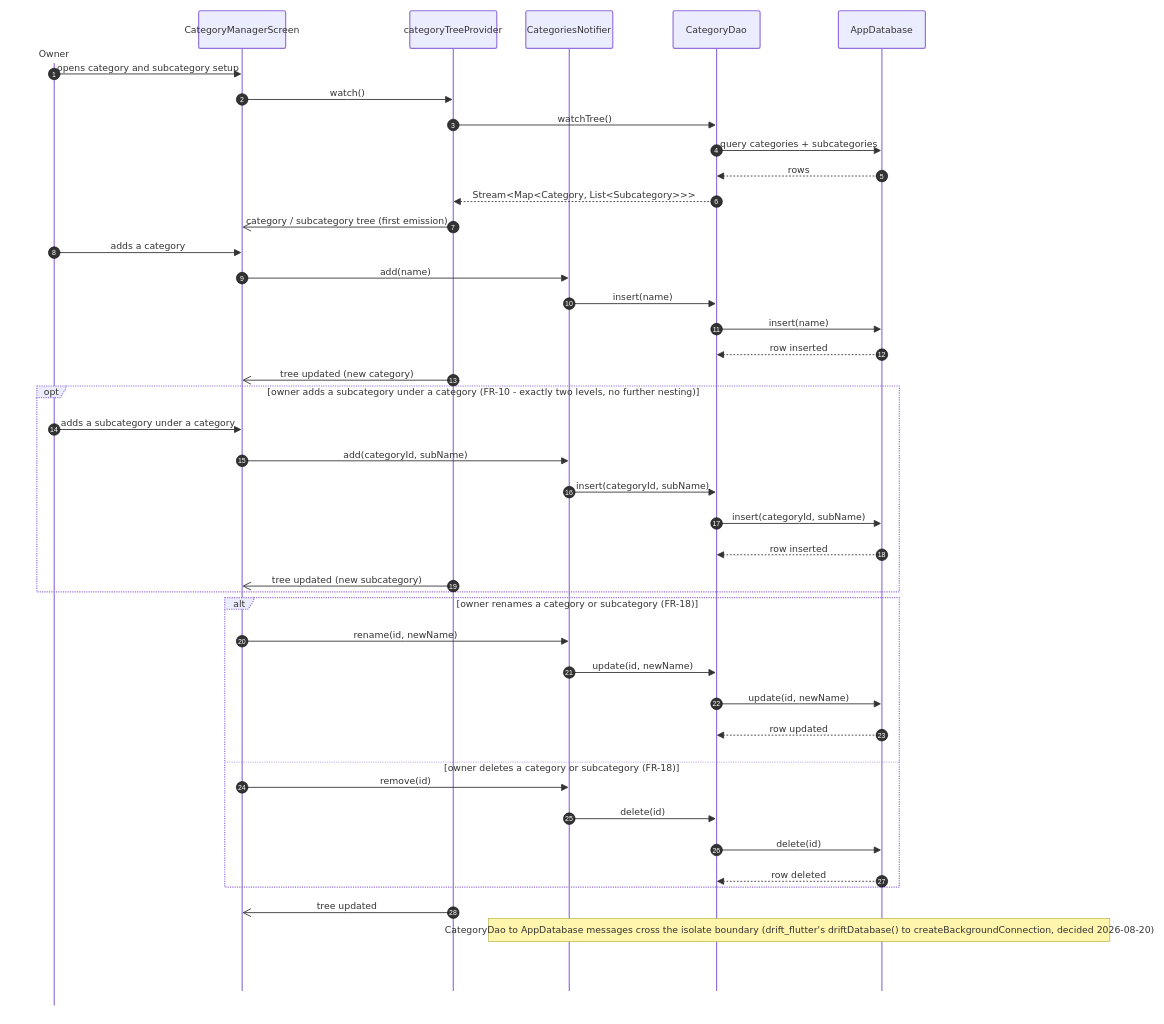
This is docs/diagrams/seq-uc13-categories.drawio from EldwinPr/uangsaku, a draw.io file, before an edit. Source tidied: cells renumbered, new cells numbered last; positions are measured from the earlier drawing's top-left corner, leaving out a move shared by most shapes. Both pictures are drawn from the tidied source at 58%, with x=0, y=0 at pixel (10, 10).
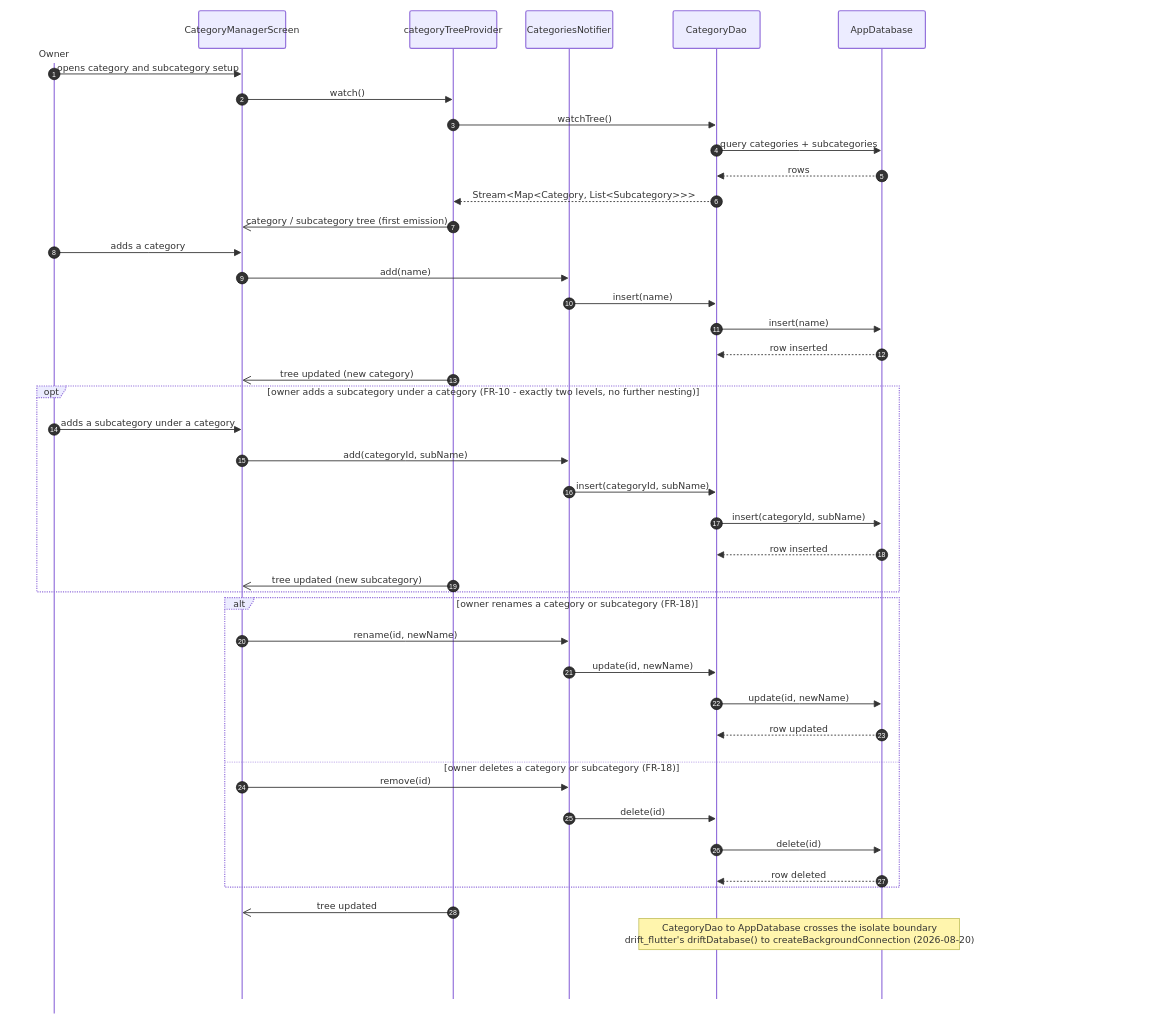
Above is the later version.

The edit, as a diff of the source:
```diff
@@
     <mxCell id="2" value="Owner" style="html=1;shape=umlLifeline;perimeter=lifelinePerimeter;whiteSpace=wrap;outlineConnect=0;portConstraint=eastwest;newEdgeStyle={&quot;edgeStyle&quot;:&quot;elbowEdgeStyle&quot;,&quot;elbow&quot;:&quot;vertical&quot;,&quot;curved&quot;:0,&quot;rounded&quot;:0};lifelineDashed=0;strokeWidth=2;rounded=1;absoluteArcSize=1;arcSize=6;lifelineColor=light-dark(#9370DB,#cccccc);participant=seqActorStick;verticalAlign=bottom;align=center;spacingBottom=4;size=90;lifelineMirror=1;fillColor=light-dark(#ECECFF,#1f2020);strokeColor=light-dark(#9370DB,#cccccc);fontColor=light-dark(#333333,#cccccc);fontFamily=Trebuchet MS,Verdana,Arial,sans-serif;fontSize=16;" parent="1" vertex="1">
-      <mxGeometry width="150" height="1715" as="geometry" />
+      <mxGeometry width="150" height="1729" as="geometry" />
     </mxCell>
     <mxCell id="3" value="CategoryManagerScreen" style="html=1;shape=umlLifeline;perimeter=lifelinePerimeter;whiteSpace=wrap;outlineConnect=0;portConstraint=eastwest;newEdgeStyle={&quot;edgeStyle&quot;:&quot;elbowEdgeStyle&quot;,&quot;elbow&quot;:&quot;vertical&quot;,&quot;curved&quot;:0,&quot;rounded&quot;:0};lifelineDashed=0;strokeWidth=2;rounded=1;absoluteArcSize=1;arcSize=6;lifelineColor=light-dark(#9370DB,#cccccc);size=65;lifelineMirror=1;fillColor=light-dark(#ECECFF,#1f2020);strokeColor=light-dark(#9370DB,#cccccc);fontColor=light-dark(#333333,#cccccc);fontFamily=Trebuchet MS,Verdana,Arial,sans-serif;fontSize=16;" parent="1" vertex="1">
-      <mxGeometry x="324" width="150" height="1690" as="geometry" />
+      <mxGeometry x="324" width="150" height="1704" as="geometry" />
     </mxCell>
     <mxCell id="4" value="categoryTreeProvider" style="html=1;shape=umlLifeline;perimeter=lifelinePerimeter;whiteSpace=wrap;outlineConnect=0;portConstraint=eastwest;newEdgeStyle={&quot;edgeStyle&quot;:&quot;elbowEdgeStyle&quot;,&quot;elbow&quot;:&quot;vertical&quot;,&quot;curved&quot;:0,&quot;rounded&quot;:0};lifelineDashed=0;strokeWidth=2;rounded=1;absoluteArcSize=1;arcSize=6;lifelineColor=light-dark(#9370DB,#cccccc);size=65;lifelineMirror=1;fillColor=light-dark(#ECECFF,#1f2020);strokeColor=light-dark(#9370DB,#cccccc);fontColor=light-dark(#333333,#cccccc);fontFamily=Trebuchet MS,Verdana,Arial,sans-serif;fontSize=16;" parent="1" vertex="1">
-      <mxGeometry x="688" width="150" height="1690" as="geometry" />
+      <mxGeometry x="688" width="150" height="1704" as="geometry" />
     </mxCell>
     <mxCell id="5" value="CategoriesNotifier" style="html=1;shape=umlLifeline;perimeter=lifelinePerimeter;whiteSpace=wrap;outlineConnect=0;portConstraint=eastwest;newEdgeStyle={&quot;edgeStyle&quot;:&quot;elbowEdgeStyle&quot;,&quot;elbow&quot;:&quot;vertical&quot;,&quot;curved&quot;:0,&quot;rounded&quot;:0};lifelineDashed=0;strokeWidth=2;rounded=1;absoluteArcSize=1;arcSize=6;lifelineColor=light-dark(#9370DB,#cccccc);size=65;lifelineMirror=1;fillColor=light-dark(#ECECFF,#1f2020);strokeColor=light-dark(#9370DB,#cccccc);fontColor=light-dark(#333333,#cccccc);fontFamily=Trebuchet MS,Verdana,Arial,sans-serif;fontSize=16;" parent="1" vertex="1">
-      <mxGeometry x="888" width="150" height="1690" as="geometry" />
+      <mxGeometry x="888" width="150" height="1704" as="geometry" />
     </mxCell>
     <mxCell id="6" value="CategoryDao" style="html=1;shape=umlLifeline;perimeter=lifelinePerimeter;whiteSpace=wrap;outlineConnect=0;portConstraint=eastwest;newEdgeStyle={&quot;edgeStyle&quot;:&quot;elbowEdgeStyle&quot;,&quot;elbow&quot;:&quot;vertical&quot;,&quot;curved&quot;:0,&quot;rounded&quot;:0};lifelineDashed=0;strokeWidth=2;rounded=1;absoluteArcSize=1;arcSize=6;lifelineColor=light-dark(#9370DB,#cccccc);size=65;lifelineMirror=1;fillColor=light-dark(#ECECFF,#1f2020);strokeColor=light-dark(#9370DB,#cccccc);fontColor=light-dark(#333333,#cccccc);fontFamily=Trebuchet MS,Verdana,Arial,sans-serif;fontSize=16;" parent="1" vertex="1">
-      <mxGeometry x="1142" width="150" height="1690" as="geometry" />
+      <mxGeometry x="1142" width="150" height="1704" as="geometry" />
     </mxCell>
     <mxCell id="7" value="AppDatabase" style="html=1;shape=umlLifeline;perimeter=lifelinePerimeter;whiteSpace=wrap;outlineConnect=0;portConstraint=eastwest;newEdgeStyle={&quot;edgeStyle&quot;:&quot;elbowEdgeStyle&quot;,&quot;elbow&quot;:&quot;vertical&quot;,&quot;curved&quot;:0,&quot;rounded&quot;:0};lifelineDashed=0;strokeWidth=2;rounded=1;absoluteArcSize=1;arcSize=6;lifelineColor=light-dark(#9370DB,#cccccc);size=65;lifelineMirror=1;fillColor=light-dark(#ECECFF,#1f2020);strokeColor=light-dark(#9370DB,#cccccc);fontColor=light-dark(#333333,#cccccc);fontFamily=Trebuchet MS,Verdana,Arial,sans-serif;fontSize=16;" parent="1" vertex="1">
-      <mxGeometry x="1427" width="150" height="1690" as="geometry" />
+      <mxGeometry x="1427" width="150" height="1704" as="geometry" />
     </mxCell>
@@
-    <mxCell id="70" value="CategoryDao to AppDatabase messages cross the isolate boundary (drift_flutter's driftDatabase() to createBackgroundConnection, decided 2026-08-20)" style="html=1;fillColor=light-dark(#fff5ad,#2a2a2a);strokeColor=light-dark(#aaaa33,#cccccc);fontColor=light-dark(#333333,#cccccc);fontFamily=Trebuchet MS,Verdana,Arial,sans-serif;fontSize=16;" parent="1" vertex="1">
-      <mxGeometry x="824" y="1565" width="1071" height="40" as="geometry" />
+    <mxCell id="70" value="CategoryDao to AppDatabase crosses the isolate boundary&#10;drift_flutter's driftDatabase() to createBackgroundConnection (2026-08-20)" style="html=1;fillColor=light-dark(#fff5ad,#2a2a2a);strokeColor=light-dark(#aaaa33,#cccccc);fontColor=light-dark(#333333,#cccccc);fontFamily=Trebuchet MS,Verdana,Arial,sans-serif;fontSize=16;" parent="1" vertex="1">
+      <mxGeometry x="1083" y="1565" width="553" height="54" as="geometry" />
     </mxCell>
```
